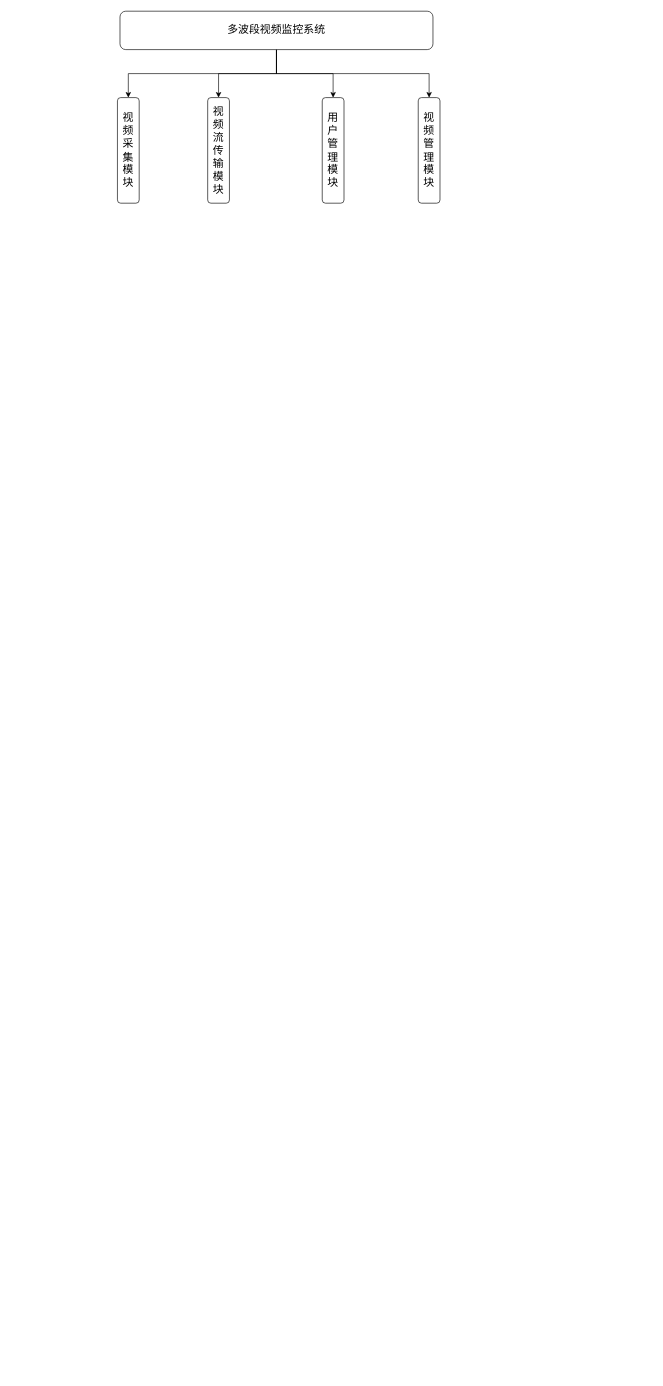
Earlier version of the draw.io diagram 未命名绘图.drawio (CJ-cooper6/drawio). Source tidied: cells renumbered, new cells numbered last; positions are measured from the earlier drawing's top-left corner, leaving out a move shared by most shapes. Both pictures are drawn from the tidied source at 64%, with x=0, y=0 at pixel (117, 11).
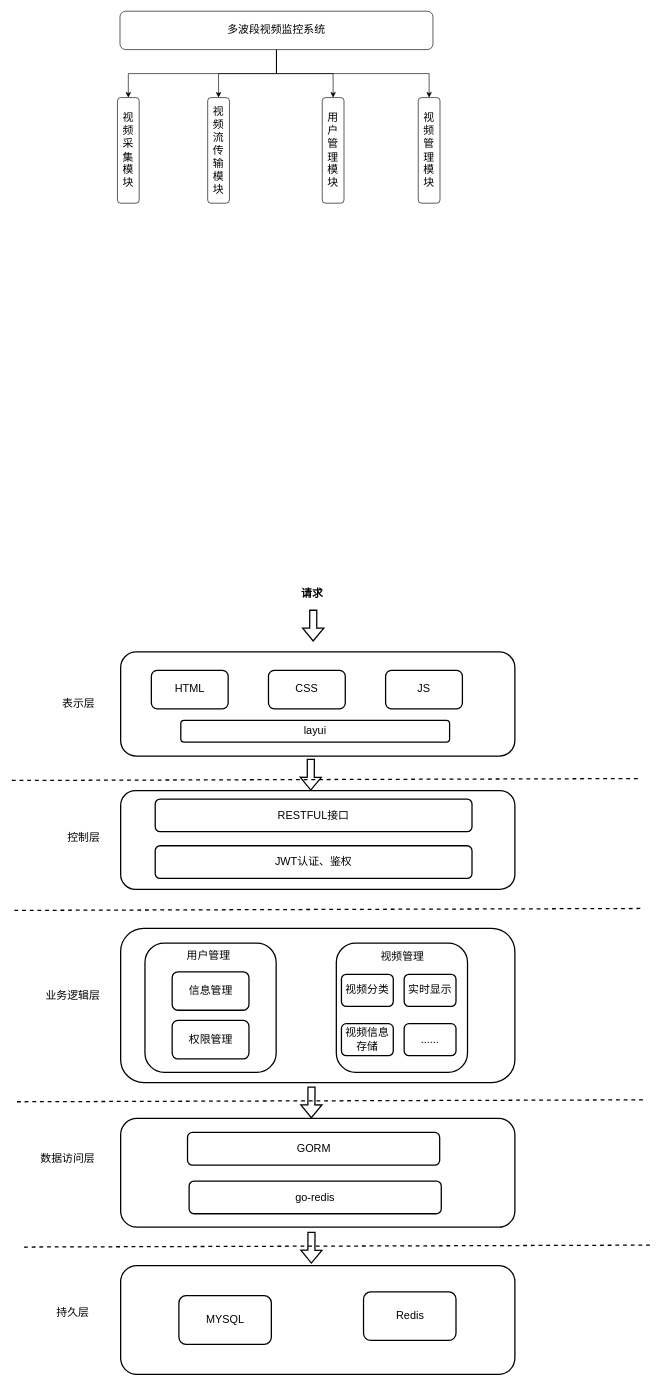
After the change.

Commit message:
更新未命名绘图.drawio

The edit, as a diff of the source:
```diff
@@
+    <mxCell id="11" style="rounded=1;whiteSpace=wrap;html=1;fontSize=17;fontStyle=0;strokeWidth=2;" parent="1" vertex="1">
+      <mxGeometry x="5" y="1001" width="616" height="163" as="geometry" />
+    </mxCell>
+    <mxCell id="12" value="HTML" style="rounded=1;whiteSpace=wrap;html=1;fontSize=17;fontStyle=0;strokeWidth=2;" parent="1" vertex="1">
+      <mxGeometry x="53" y="1030" width="120" height="60" as="geometry" />
+    </mxCell>
+    <mxCell id="13" value="CSS" style="rounded=1;whiteSpace=wrap;html=1;fontSize=17;fontStyle=0;strokeWidth=2;" parent="1" vertex="1">
+      <mxGeometry x="236" y="1030" width="120" height="60" as="geometry" />
+    </mxCell>
+    <mxCell id="14" value="layui" style="rounded=1;whiteSpace=wrap;html=1;fontSize=17;fontStyle=0;strokeWidth=2;" parent="1" vertex="1">
+      <mxGeometry x="99" y="1108" width="420" height="34" as="geometry" />
+    </mxCell>
+    <mxCell id="15" value="JS" style="rounded=1;whiteSpace=wrap;html=1;fontSize=17;fontStyle=0;strokeWidth=2;" parent="1" vertex="1">
+      <mxGeometry x="419" y="1030" width="120" height="60" as="geometry" />
+    </mxCell>
+    <mxCell id="16" value="表示层" style="text;html=1;align=center;verticalAlign=middle;strokeColor=none;fillColor=none;fontSize=17;fontStyle=0;strokeWidth=2;" parent="1" vertex="1">
+      <mxGeometry x="-96" y="1066.5" width="69" height="32" as="geometry" />
+    </mxCell>
+    <mxCell id="17" style="rounded=1;whiteSpace=wrap;html=1;fontSize=17;fontStyle=0;strokeWidth=2;" parent="1" vertex="1">
+      <mxGeometry x="5" y="1218" width="616" height="154" as="geometry" />
+    </mxCell>
+    <mxCell id="18" value="RESTFUL接口" style="rounded=1;whiteSpace=wrap;html=1;fontSize=17;fontStyle=0;strokeWidth=2;" parent="1" vertex="1">
+      <mxGeometry x="59" y="1231" width="495" height="51" as="geometry" />
+    </mxCell>
+    <mxCell id="19" value="JWT认证、鉴权" style="rounded=1;whiteSpace=wrap;html=1;fontSize=17;fontStyle=0;strokeWidth=2;" parent="1" vertex="1">
+      <mxGeometry x="59" y="1304" width="495" height="51" as="geometry" />
+    </mxCell>
+    <mxCell id="20" value="控制层" style="text;html=1;align=center;verticalAlign=middle;strokeColor=none;fillColor=none;fontSize=17;fontStyle=0;strokeWidth=2;" parent="1" vertex="1">
+      <mxGeometry x="-88" y="1276" width="69" height="32" as="geometry" />
+    </mxCell>
+    <mxCell id="21" style="rounded=1;whiteSpace=wrap;html=1;fontSize=17;fontStyle=0;strokeWidth=2;" parent="1" vertex="1">
+      <mxGeometry x="5" y="1433" width="616" height="241" as="geometry" />
+    </mxCell>
+    <mxCell id="22" style="rounded=1;whiteSpace=wrap;html=1;fontSize=17;fontStyle=0;strokeWidth=2;" parent="1" vertex="1">
+      <mxGeometry x="43" y="1456" width="205" height="202" as="geometry" />
+    </mxCell>
+    <mxCell id="23" style="rounded=1;whiteSpace=wrap;html=1;fontSize=17;fontStyle=0;strokeWidth=2;" parent="1" vertex="1">
+      <mxGeometry x="342" y="1456" width="205" height="202" as="geometry" />
+    </mxCell>
+    <mxCell id="24" value="用户管理" style="text;html=1;align=center;verticalAlign=middle;strokeColor=none;fillColor=none;fontSize=17;fontStyle=0;strokeWidth=2;" parent="1" vertex="1">
+      <mxGeometry x="99" y="1460" width="86" height="32" as="geometry" />
+    </mxCell>
+    <mxCell id="25" value="&lt;span&gt;视频管理&lt;/span&gt;" style="text;html=1;align=center;verticalAlign=middle;strokeColor=none;fillColor=none;fontSize=17;fontStyle=0;strokeWidth=2;" parent="1" vertex="1">
+      <mxGeometry x="401.5" y="1462" width="86" height="32" as="geometry" />
+    </mxCell>
+    <mxCell id="26" value="信息管理" style="rounded=1;whiteSpace=wrap;html=1;fontSize=17;fontStyle=0;strokeWidth=2;" parent="1" vertex="1">
+      <mxGeometry x="85.5" y="1501" width="120" height="60" as="geometry" />
+    </mxCell>
+    <mxCell id="27" value="权限管理" style="rounded=1;whiteSpace=wrap;html=1;fontSize=17;fontStyle=0;strokeWidth=2;" parent="1" vertex="1">
+      <mxGeometry x="85.5" y="1577" width="120" height="60" as="geometry" />
+    </mxCell>
+    <mxCell id="28" value="&lt;span&gt;视频分类&lt;/span&gt;" style="rounded=1;whiteSpace=wrap;html=1;fontSize=17;fontStyle=0;strokeWidth=2;" parent="1" vertex="1">
+      <mxGeometry x="350" y="1505" width="81" height="50" as="geometry" />
+    </mxCell>
+    <mxCell id="29" value="&lt;span&gt;实时显示&lt;/span&gt;" style="rounded=1;whiteSpace=wrap;html=1;fontSize=17;fontStyle=0;strokeWidth=2;" parent="1" vertex="1">
+      <mxGeometry x="448" y="1505" width="81" height="50" as="geometry" />
+    </mxCell>
+    <mxCell id="30" value="&lt;span&gt;视频信息存储&lt;/span&gt;" style="rounded=1;whiteSpace=wrap;html=1;fontSize=17;fontStyle=0;strokeWidth=2;" parent="1" vertex="1">
+      <mxGeometry x="350" y="1582" width="81" height="50" as="geometry" />
+    </mxCell>
+    <mxCell id="31" value="&lt;span&gt;......&lt;/span&gt;" style="rounded=1;whiteSpace=wrap;html=1;fontSize=17;fontStyle=0;strokeWidth=2;" parent="1" vertex="1">
+      <mxGeometry x="448" y="1582" width="81" height="50" as="geometry" />
+    </mxCell>
+    <mxCell id="32" value="业务逻辑层" style="text;html=1;align=center;verticalAlign=middle;strokeColor=none;fillColor=none;fontSize=17;fontStyle=0;strokeWidth=2;" parent="1" vertex="1">
+      <mxGeometry x="-122" y="1523" width="103" height="32" as="geometry" />
+    </mxCell>
+    <mxCell id="33" style="rounded=1;whiteSpace=wrap;html=1;fontSize=17;fontStyle=0;strokeWidth=2;" parent="1" vertex="1">
+      <mxGeometry x="5" y="1730" width="616" height="170" as="geometry" />
+    </mxCell>
+    <mxCell id="34" value="GORM" style="rounded=1;whiteSpace=wrap;html=1;fontSize=17;fontStyle=0;strokeWidth=2;" parent="1" vertex="1">
+      <mxGeometry x="109.5" y="1752" width="394" height="51" as="geometry" />
+    </mxCell>
+    <mxCell id="35" value="数据访问层" style="text;html=1;align=center;verticalAlign=middle;strokeColor=none;fillColor=none;fontSize=17;fontStyle=0;strokeWidth=2;" parent="1" vertex="1">
+      <mxGeometry x="-130" y="1778" width="103" height="32" as="geometry" />
+    </mxCell>
+    <mxCell id="36" value="go-redis" style="rounded=1;whiteSpace=wrap;html=1;fontSize=17;fontStyle=0;strokeWidth=2;" parent="1" vertex="1">
+      <mxGeometry x="112" y="1828" width="394" height="51" as="geometry" />
+    </mxCell>
+    <mxCell id="37" style="rounded=1;whiteSpace=wrap;html=1;fontSize=17;fontStyle=0;strokeWidth=2;" parent="1" vertex="1">
+      <mxGeometry x="5" y="1960" width="616" height="170" as="geometry" />
+    </mxCell>
+    <mxCell id="38" value="Redis" style="rounded=1;whiteSpace=wrap;html=1;strokeWidth=2;fontSize=17;fontStyle=0;" parent="1" vertex="1">
+      <mxGeometry x="384.5" y="2001" width="144.5" height="76" as="geometry" />
+    </mxCell>
+    <mxCell id="39" value="MYSQL" style="rounded=1;whiteSpace=wrap;html=1;strokeWidth=2;fontSize=17;fontStyle=0;" parent="1" vertex="1">
+      <mxGeometry x="96" y="2007" width="144.5" height="76" as="geometry" />
+    </mxCell>
+    <mxCell id="40" value="持久层" style="text;html=1;align=center;verticalAlign=middle;strokeColor=none;fillColor=none;fontSize=17;fontStyle=0;strokeWidth=2;" parent="1" vertex="1">
+      <mxGeometry x="-105" y="2018" width="69" height="32" as="geometry" />
+    </mxCell>
+    <mxCell id="41" style="shape=flexArrow;endArrow=classic;html=1;rounded=0;fontSize=17;strokeWidth=2;" parent="1" edge="1">
+      <mxGeometry relative="1" as="geometry">
+        <mxPoint x="306" y="935" as="sourcePoint" />
+        <mxPoint x="305.8" y="985" as="targetPoint" />
+      </mxGeometry>
+    </mxCell>
+    <mxCell id="42" value="&lt;b&gt;请求&lt;/b&gt;" style="text;html=1;align=center;verticalAlign=middle;strokeColor=none;fillColor=none;fontSize=17;" parent="1" vertex="1">
+      <mxGeometry x="278" y="895" width="52" height="32" as="geometry" />
+    </mxCell>
+    <mxCell id="43" style="endArrow=none;dashed=1;html=1;rounded=0;strokeWidth=2;fontSize=17;" parent="1" edge="1">
+      <mxGeometry relative="1" as="geometry">
+        <mxPoint x="-165" y="1202" as="sourcePoint" />
+        <mxPoint x="815" y="1199" as="targetPoint" />
+      </mxGeometry>
+    </mxCell>
+    <mxCell id="44" style="endArrow=none;dashed=1;html=1;rounded=0;strokeWidth=2;fontSize=17;" parent="1" edge="1">
+      <mxGeometry relative="1" as="geometry">
+        <mxPoint x="-161" y="1405" as="sourcePoint" />
+        <mxPoint x="819" y="1402" as="targetPoint" />
+      </mxGeometry>
+    </mxCell>
+    <mxCell id="45" style="endArrow=none;dashed=1;html=1;rounded=0;strokeWidth=2;fontSize=17;" parent="1" edge="1">
+      <mxGeometry relative="1" as="geometry">
+        <mxPoint x="-157" y="1704" as="sourcePoint" />
+        <mxPoint x="823" y="1701" as="targetPoint" />
+      </mxGeometry>
+    </mxCell>
+    <mxCell id="46" style="endArrow=none;dashed=1;html=1;rounded=0;strokeWidth=2;fontSize=17;" parent="1" edge="1">
+      <mxGeometry relative="1" as="geometry">
+        <mxPoint x="-146" y="1931" as="sourcePoint" />
+        <mxPoint x="834" y="1928" as="targetPoint" />
+      </mxGeometry>
+    </mxCell>
+    <mxCell id="47" style="shape=flexArrow;endArrow=classic;html=1;rounded=0;fontSize=17;strokeWidth=2;" parent="1" edge="1">
+      <mxGeometry relative="1" as="geometry">
+        <mxPoint x="302.2" y="1168" as="sourcePoint" />
+        <mxPoint x="302" y="1218" as="targetPoint" />
+      </mxGeometry>
+    </mxCell>
+    <mxCell id="48" style="shape=flexArrow;endArrow=classic;html=1;rounded=0;fontSize=17;strokeWidth=2;" parent="1" edge="1">
+      <mxGeometry relative="1" as="geometry">
+        <mxPoint x="303.2" y="1680" as="sourcePoint" />
+        <mxPoint x="303" y="1730" as="targetPoint" />
+      </mxGeometry>
+    </mxCell>
+    <mxCell id="49" style="shape=flexArrow;endArrow=classic;html=1;rounded=0;fontSize=17;strokeWidth=2;" parent="1" edge="1">
+      <mxGeometry relative="1" as="geometry">
+        <mxPoint x="303.2" y="1907" as="sourcePoint" />
+        <mxPoint x="303" y="1957" as="targetPoint" />
+      </mxGeometry>
+    </mxCell>
```
